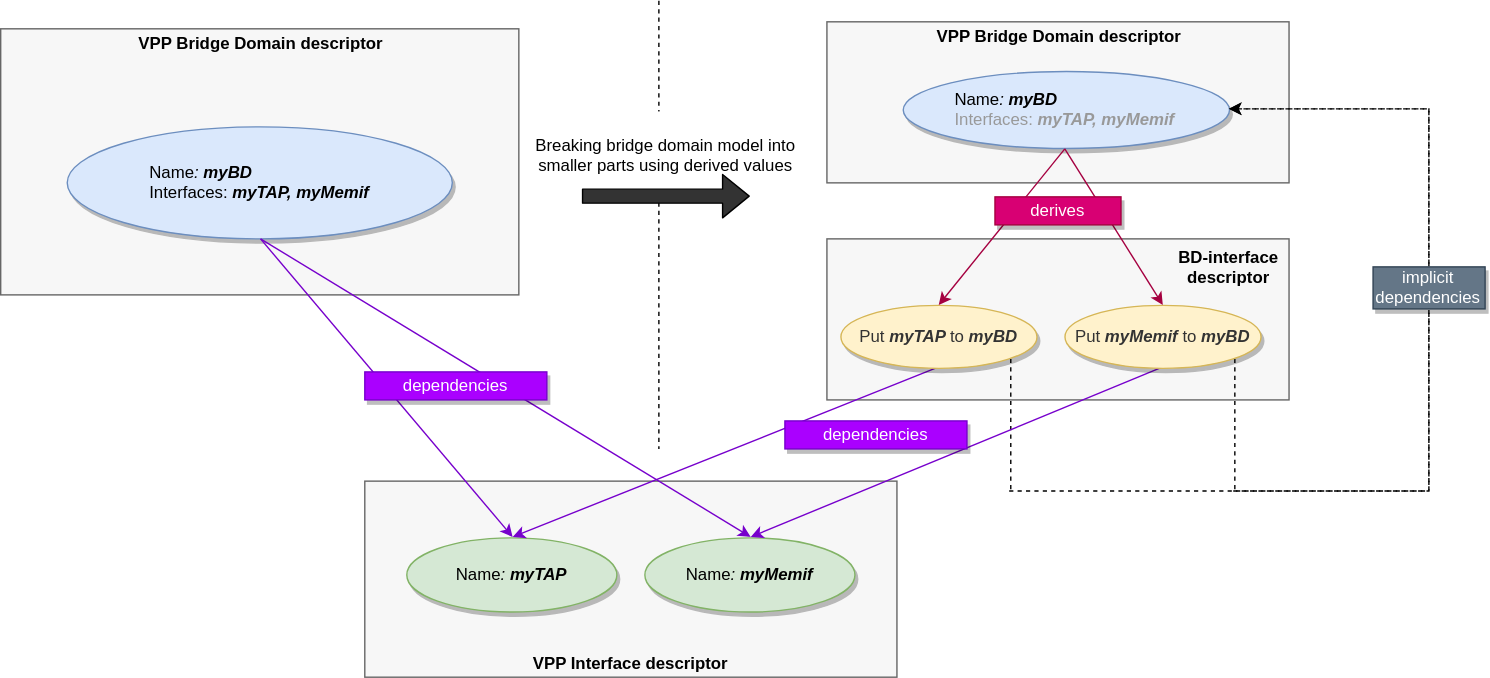
Above: docs/kvscheduler/img/derived-values.svg in ligato/vpp-agent (draw.io), before the change. Source tidied: cells renumbered, new cells last; positions are measured from the earlier drawing's top-left corner, leaving out a move shared by most shapes. Its diagram source:
```xml
<mxGraphModel>
  <root>
    <mxCell id="0" />
    <mxCell id="1" parent="0" />
    <mxCell id="2" style="endArrow=none;dashed=1;html=1;strokeColor=#000000;fillColor=#333333;" parent="1" edge="1">
      <mxGeometry relative="1" as="geometry">
        <mxPoint x="470" as="sourcePoint" />
        <mxPoint x="470" y="320" as="targetPoint" />
      </mxGeometry>
    </mxCell>
    <mxCell id="3" style="rounded=0;whiteSpace=wrap;html=1;fillColor=#F7F7F7;strokeColor=#666666;fontColor=#333333;" parent="1" vertex="1">
      <mxGeometry y="20" width="370" height="190" as="geometry" />
    </mxCell>
    <mxCell id="4" value="&lt;b&gt;VPP Bridge Domain descriptor&lt;/b&gt;" style="text;html=1;strokeColor=none;fillColor=none;align=center;verticalAlign=middle;whiteSpace=wrap;rounded=0;" parent="1" vertex="1">
      <mxGeometry y="20" width="370" height="20" as="geometry" />
    </mxCell>
    <mxCell id="5" value="&lt;div style=&quot;text-align: left&quot;&gt;Name&lt;i&gt;:&lt;/i&gt; &lt;i&gt;&lt;b&gt;myBD&lt;/b&gt;&lt;/i&gt;&lt;/div&gt;&lt;div style=&quot;text-align: left&quot;&gt;Interfaces: &lt;b&gt;&lt;i&gt;myTAP, myMemif&lt;/i&gt;&lt;/b&gt;&lt;/div&gt;" style="ellipse;whiteSpace=wrap;html=1;fillColor=#dae8fc;strokeColor=#6c8ebf;gradientColor=none;shadow=1;" parent="1" vertex="1">
      <mxGeometry x="47.5" y="90" width="275" height="80" as="geometry" />
    </mxCell>
    <mxCell id="6" style="rounded=0;whiteSpace=wrap;html=1;fillColor=#F7F7F7;strokeColor=#666666;fontColor=#333333;" parent="1" vertex="1">
      <mxGeometry x="260" y="343" width="380" height="140" as="geometry" />
    </mxCell>
    <mxCell id="7" value="&lt;b&gt;VPP Interface descriptor&lt;/b&gt;" style="text;html=1;strokeColor=none;fillColor=none;align=center;verticalAlign=middle;whiteSpace=wrap;rounded=0;" parent="1" vertex="1">
      <mxGeometry x="260" y="463" width="380" height="20" as="geometry" />
    </mxCell>
    <mxCell id="8" value="&lt;div style=&quot;text-align: left&quot;&gt;Name&lt;i&gt;:&lt;/i&gt; &lt;i&gt;&lt;b&gt;myTAP&lt;/b&gt;&lt;/i&gt;&lt;/div&gt;" style="ellipse;whiteSpace=wrap;html=1;fillColor=#d5e8d4;strokeColor=#82b366;shadow=1;" parent="1" vertex="1">
      <mxGeometry x="290" y="383" width="150" height="53" as="geometry" />
    </mxCell>
    <mxCell id="9" value="&lt;div style=&quot;text-align: left&quot;&gt;Name&lt;i&gt;:&lt;/i&gt; &lt;i&gt;&lt;b&gt;myMemif&lt;/b&gt;&lt;/i&gt;&lt;/div&gt;" style="ellipse;whiteSpace=wrap;html=1;fillColor=#d5e8d4;strokeColor=#82b366;shadow=1;" parent="1" vertex="1">
      <mxGeometry x="460" y="383" width="150" height="53" as="geometry" />
    </mxCell>
    <mxCell id="10" style="rounded=0;whiteSpace=wrap;html=1;fillColor=#F7F7F7;strokeColor=#666666;fontColor=#333333;" parent="1" vertex="1">
      <mxGeometry x="590" y="15" width="330" height="115" as="geometry" />
    </mxCell>
    <mxCell id="11" value="&lt;b&gt;VPP Bridge Domain descriptor&lt;/b&gt;" style="text;html=1;strokeColor=none;fillColor=none;align=center;verticalAlign=middle;whiteSpace=wrap;rounded=0;" parent="1" vertex="1">
      <mxGeometry x="590" y="15" width="330" height="20" as="geometry" />
    </mxCell>
    <mxCell id="12" value="&lt;div style=&quot;text-align: left&quot;&gt;Name&lt;i&gt;:&lt;/i&gt; &lt;i&gt;&lt;b&gt;myBD&lt;/b&gt;&lt;/i&gt;&lt;/div&gt;&lt;div style=&quot;text-align: left&quot;&gt;&lt;font color=&quot;#999999&quot;&gt;Interfaces: &lt;b&gt;&lt;i&gt;myTAP, myMemif&lt;/i&gt;&lt;/b&gt;&lt;/font&gt;&lt;/div&gt;" style="ellipse;whiteSpace=wrap;html=1;fillColor=#dae8fc;strokeColor=#6c8ebf;gradientColor=none;shadow=1;" parent="1" vertex="1">
      <mxGeometry x="644" y="50" width="233" height="55" as="geometry" />
    </mxCell>
    <mxCell id="13" style="rounded=0;jettySize=auto;html=1;exitX=0.5;exitY=1;exitDx=0;exitDy=0;fillColor=#6a00ff;entryX=0.5;entryY=0;entryDx=0;entryDy=0;strokeColor=#7700CC;" parent="1" edge="1" source="5" target="8">
      <mxGeometry relative="1" as="geometry" />
    </mxCell>
    <mxCell id="14" style="edgeStyle=none;rounded=0;jettySize=auto;html=1;exitX=0.5;exitY=1;exitDx=0;exitDy=0;entryX=0.5;entryY=0;entryDx=0;entryDy=0;fillColor=#aa00ff;strokeColor=#7700CC;" parent="1" edge="1" source="5" target="9">
      <mxGeometry relative="1" as="geometry" />
    </mxCell>
    <mxCell id="15" value="dependencies" style="text;html=1;strokeColor=#7700CC;fillColor=#aa00ff;align=center;verticalAlign=middle;whiteSpace=wrap;rounded=0;shadow=1;fontColor=#ffffff;" parent="1" vertex="1">
      <mxGeometry x="260" y="265" width="130" height="20" as="geometry" />
    </mxCell>
    <mxCell id="16" value="Breaking bridge domain model into smaller parts using derived values" style="text;html=1;strokeColor=none;fillColor=#ffffff;align=center;verticalAlign=middle;whiteSpace=wrap;rounded=0;shadow=0;" parent="1" vertex="1">
      <mxGeometry x="380" y="79" width="190" height="61" as="geometry" />
    </mxCell>
    <mxCell id="17" style="rounded=0;whiteSpace=wrap;html=1;fillColor=#F7F7F7;strokeColor=#666666;fontColor=#333333;" parent="1" vertex="1">
      <mxGeometry x="590" y="170" width="330" height="115" as="geometry" />
    </mxCell>
    <mxCell id="18" style="edgeStyle=none;rounded=0;jettySize=auto;html=1;exitX=0.5;exitY=1;exitDx=0;exitDy=0;entryX=0.5;entryY=0;entryDx=0;entryDy=0;fillColor=#aa00ff;strokeColor=#7700CC;" parent="1" edge="1" source="20" target="8">
      <mxGeometry relative="1" as="geometry" />
    </mxCell>
    <mxCell id="19" style="edgeStyle=orthogonalEdgeStyle;rounded=0;jettySize=auto;html=1;exitX=1;exitY=1;exitDx=0;exitDy=0;entryX=1;entryY=0.5;entryDx=0;entryDy=0;dashed=1;strokeColor=#000000;fillColor=#333333;" parent="1" edge="1" source="20" target="12">
      <mxGeometry relative="1" as="geometry">
        <Array as="points">
          <mxPoint x="720" y="350" />
          <mxPoint x="1020" y="350" />
          <mxPoint x="1020" y="78" />
        </Array>
      </mxGeometry>
    </mxCell>
    <mxCell id="20" value="&lt;div style=&quot;text-align: left&quot;&gt;&lt;font color=&quot;#333333&quot;&gt;Put&lt;i style=&quot;font-weight: bold&quot;&gt; myTAP &lt;/i&gt;to &lt;i style=&quot;font-weight: bold&quot;&gt;myBD&lt;/i&gt;&lt;/font&gt;&lt;br&gt;&lt;/div&gt;" style="ellipse;whiteSpace=wrap;html=1;fillColor=#fff2cc;strokeColor=#d6b656;shadow=1;" parent="1" vertex="1">
      <mxGeometry x="600" y="217" width="140" height="45" as="geometry" />
    </mxCell>
    <mxCell id="21" style="edgeStyle=none;rounded=0;jettySize=auto;html=1;exitX=0.5;exitY=1;exitDx=0;exitDy=0;fillColor=#aa00ff;entryX=0.5;entryY=0;entryDx=0;entryDy=0;strokeColor=#7700CC;" parent="1" edge="1" source="23" target="9">
      <mxGeometry relative="1" as="geometry" />
    </mxCell>
    <mxCell id="22" style="edgeStyle=orthogonalEdgeStyle;rounded=0;jettySize=auto;html=1;exitX=1;exitY=1;exitDx=0;exitDy=0;entryX=1;entryY=0.5;entryDx=0;entryDy=0;dashed=1;strokeColor=#000000;fillColor=#333333;" parent="1" edge="1" source="23" target="12">
      <mxGeometry relative="1" as="geometry">
        <Array as="points">
          <mxPoint x="880" y="350" />
          <mxPoint x="1020" y="350" />
          <mxPoint x="1020" y="78" />
        </Array>
      </mxGeometry>
    </mxCell>
    <mxCell id="23" value="&lt;div style=&quot;text-align: left&quot;&gt;&lt;font color=&quot;#333333&quot;&gt;Put&lt;i style=&quot;font-weight: bold&quot;&gt; myMemif&amp;nbsp;&lt;/i&gt;to &lt;i style=&quot;font-weight: bold&quot;&gt;myBD&lt;/i&gt;&lt;/font&gt;&lt;br&gt;&lt;/div&gt;" style="ellipse;whiteSpace=wrap;html=1;fillColor=#fff2cc;strokeColor=#d6b656;shadow=1;" parent="1" vertex="1">
      <mxGeometry x="760" y="217" width="140" height="45" as="geometry" />
    </mxCell>
    <mxCell id="24" style="edgeStyle=none;rounded=0;jettySize=auto;html=1;exitX=0.5;exitY=1;exitDx=0;exitDy=0;entryX=0.5;entryY=0;entryDx=0;entryDy=0;fillColor=#d80073;strokeColor=#A50040;" parent="1" edge="1" source="12" target="20">
      <mxGeometry relative="1" as="geometry" />
    </mxCell>
    <mxCell id="25" style="edgeStyle=none;rounded=0;jettySize=auto;html=1;exitX=0.5;exitY=1;exitDx=0;exitDy=0;entryX=0.5;entryY=0;entryDx=0;entryDy=0;fillColor=#d80073;strokeColor=#A50040;" parent="1" edge="1" source="12" target="23">
      <mxGeometry relative="1" as="geometry" />
    </mxCell>
    <mxCell id="26" value="derives" style="text;html=1;strokeColor=#A50040;fillColor=#d80073;align=center;verticalAlign=middle;whiteSpace=wrap;rounded=0;shadow=1;fontColor=#ffffff;" parent="1" vertex="1">
      <mxGeometry x="710" y="140" width="90" height="20" as="geometry" />
    </mxCell>
    <mxCell id="27" value="dependencies" style="text;html=1;strokeColor=#7700CC;fillColor=#aa00ff;align=center;verticalAlign=middle;whiteSpace=wrap;rounded=0;shadow=1;fontColor=#ffffff;" parent="1" vertex="1">
      <mxGeometry x="560" y="300" width="130" height="20" as="geometry" />
    </mxCell>
    <mxCell id="28" value="&lt;b&gt;BD-interface&lt;br&gt;descriptor&lt;/b&gt;" style="text;html=1;strokeColor=none;fillColor=none;align=center;verticalAlign=middle;whiteSpace=wrap;rounded=0;" parent="1" vertex="1">
      <mxGeometry x="832" y="180" width="90" height="20" as="geometry" />
    </mxCell>
    <mxCell id="29" value="implicit dependencies" style="text;html=1;strokeColor=#314354;fillColor=#647687;align=center;verticalAlign=middle;whiteSpace=wrap;rounded=0;shadow=1;fontColor=#ffffff;" parent="1" vertex="1">
      <mxGeometry x="980" y="190" width="80" height="30" as="geometry" />
    </mxCell>
    <mxCell id="30" style="shape=flexArrow;endArrow=classic;html=1;fillColor=#333333;" parent="1" edge="1">
      <mxGeometry relative="1" as="geometry">
        <mxPoint x="415" y="139.5" as="sourcePoint" />
        <mxPoint x="535" y="139.5" as="targetPoint" />
      </mxGeometry>
    </mxCell>
  </root>
</mxGraphModel>
```
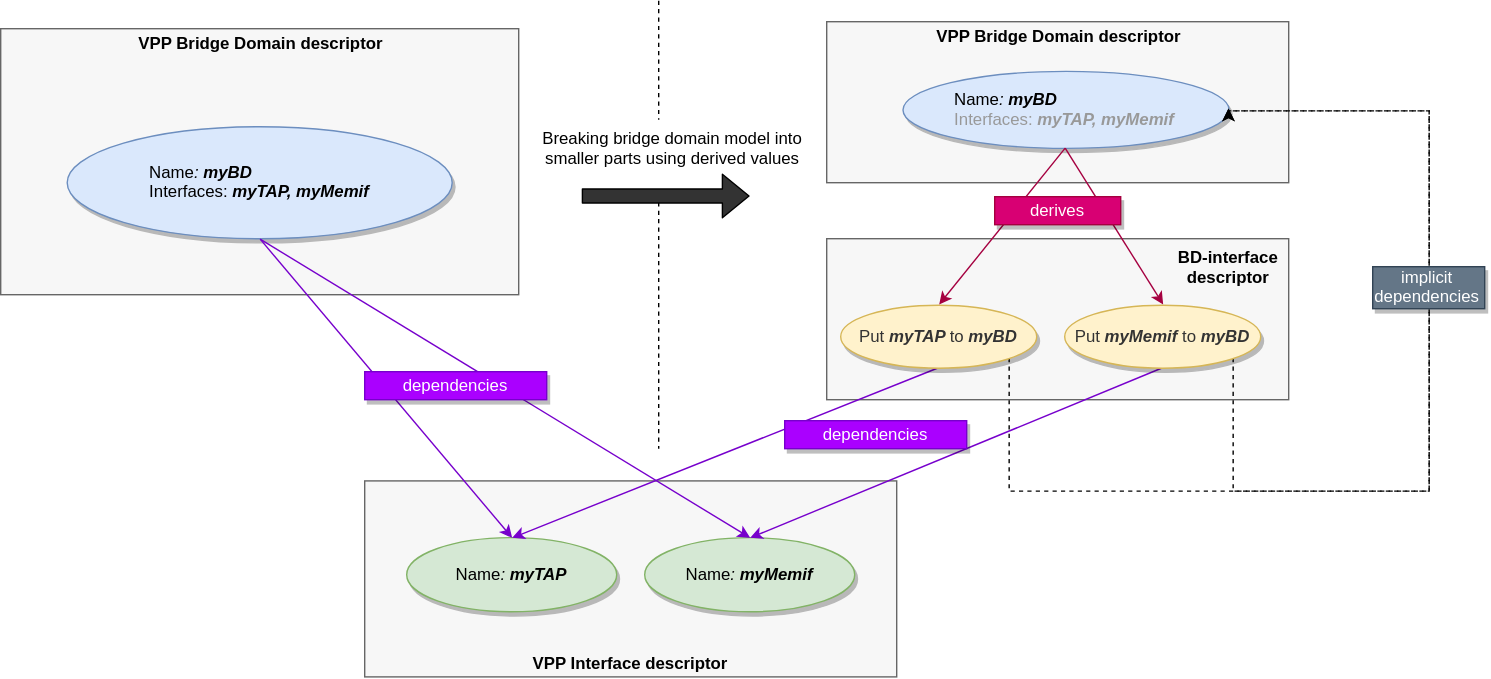
The same file after the commit.

Commit message:
derived values diagram: fix arrow label

What changed in the source:
```diff
@@ -47,8 +47,8 @@
     <mxCell id="15" value="dependencies" style="text;html=1;strokeColor=#7700CC;fillColor=#aa00ff;align=center;verticalAlign=middle;whiteSpace=wrap;rounded=0;shadow=1;fontColor=#ffffff;" parent="1" vertex="1">
       <mxGeometry x="260" y="265" width="130" height="20" as="geometry" />
     </mxCell>
-    <mxCell id="16" value="Breaking bridge domain model into smaller parts using derived values" style="text;html=1;strokeColor=none;fillColor=#ffffff;align=center;verticalAlign=middle;whiteSpace=wrap;rounded=0;shadow=0;" parent="1" vertex="1">
-      <mxGeometry x="380" y="79" width="190" height="61" as="geometry" />
+    <mxCell id="16" value="Breaking bridge domain model into smaller parts using derived values" style="text;html=1;strokeColor=none;fillColor=#ffffff;align=center;verticalAlign=top;whiteSpace=wrap;rounded=0;shadow=0;labelPosition=center;verticalLabelPosition=middle;" parent="1" vertex="1">
+      <mxGeometry x="380" y="85" width="200" height="50" as="geometry" />
     </mxCell>
     <mxCell id="17" style="rounded=0;whiteSpace=wrap;html=1;fillColor=#F7F7F7;strokeColor=#666666;fontColor=#333333;" parent="1" vertex="1">
       <mxGeometry x="590" y="170" width="330" height="115" as="geometry" />
```
